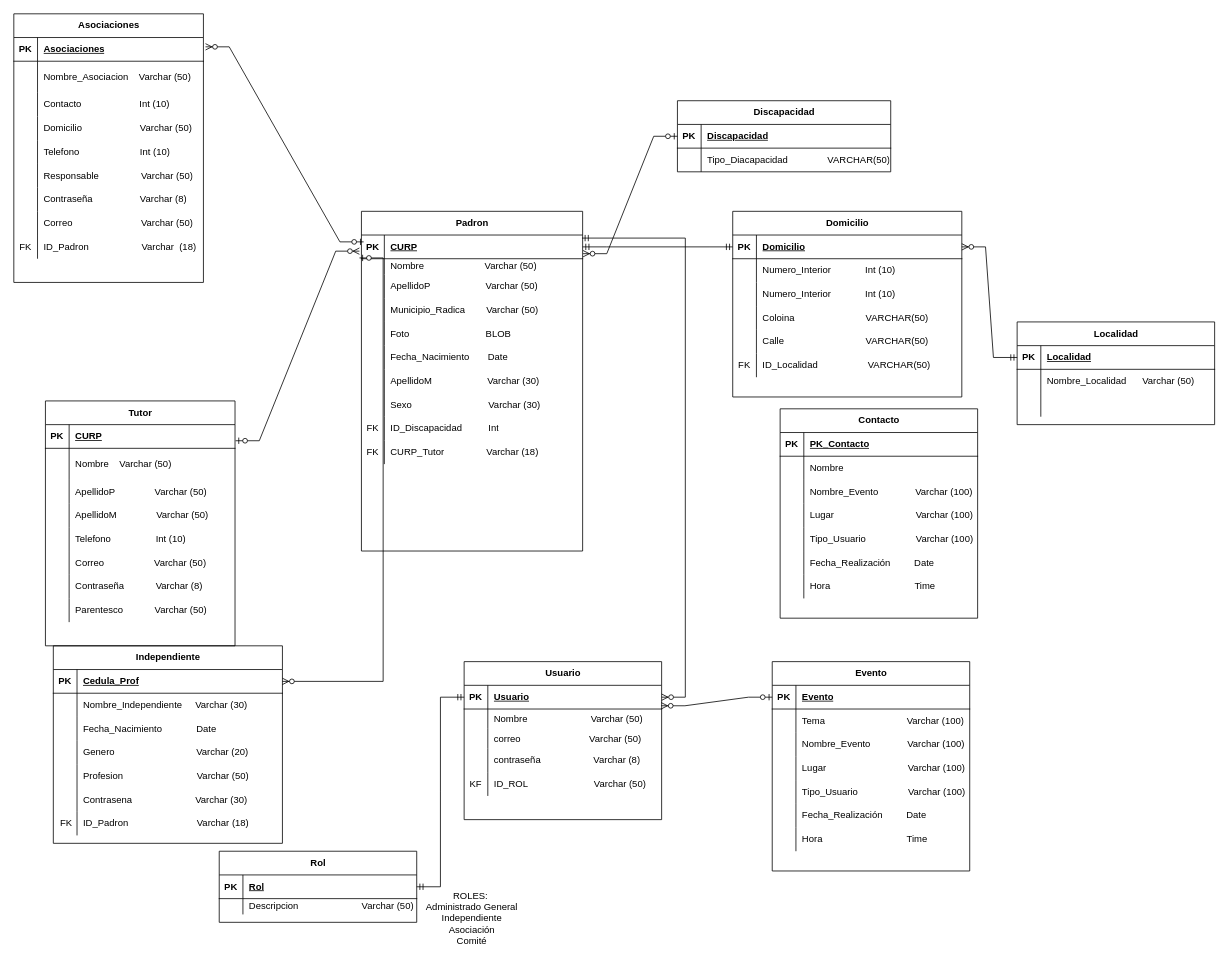
The draw.io diagram diccionario_de_datos.drawio in OSCARCH2002/diagramas, before the edit. Source tidied: cells renumbered, new cells numbered last; positions are measured from the earlier drawing's top-left corner, leaving out a move shared by most shapes. Both pictures are drawn from the tidied source at 79%, with x=0, y=0 at pixel (13, 13).
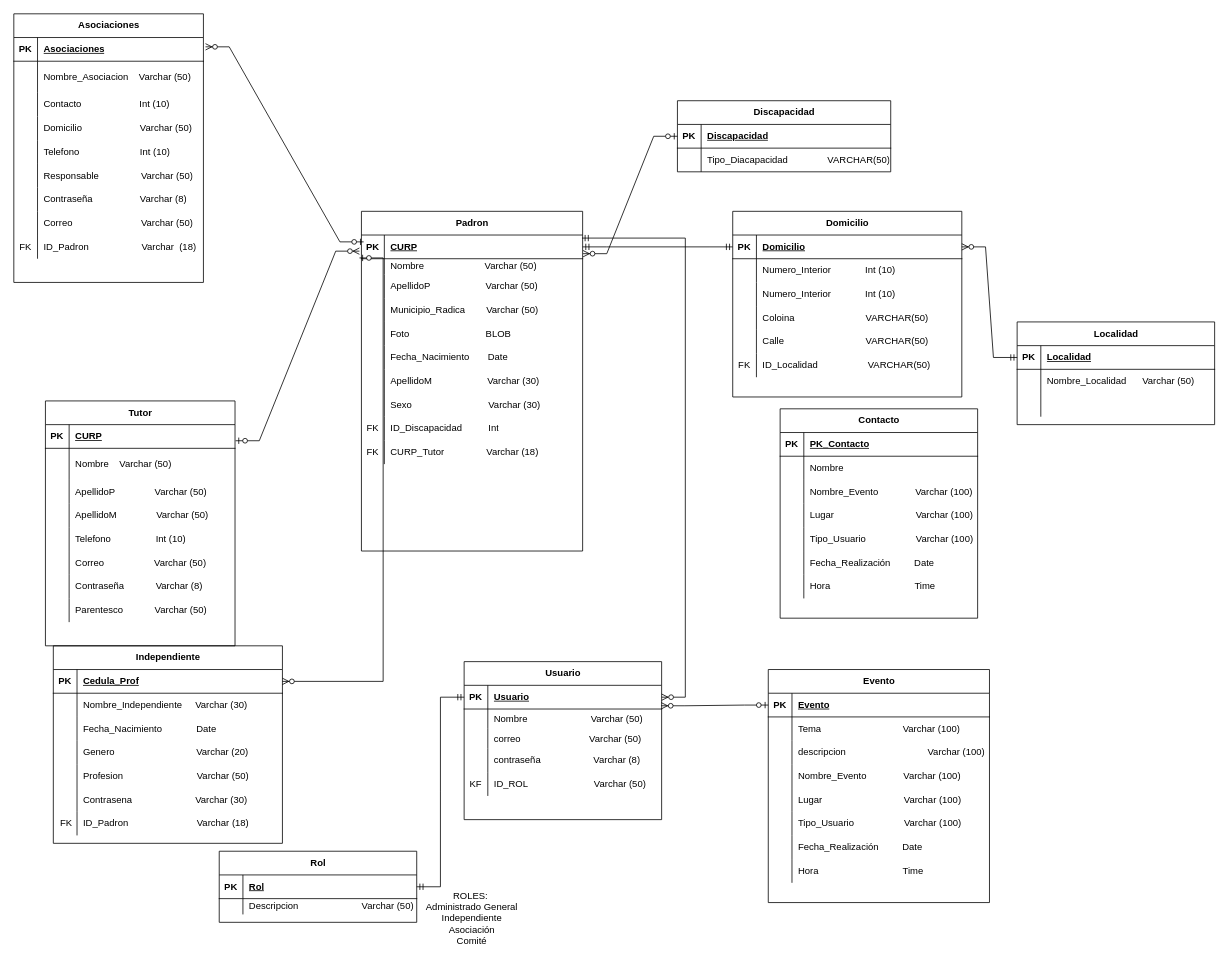
The same diagram, later.

What changed in the source:
```diff
@@
     <mxCell id="115" value="Evento" style="shape=table;startSize=30;childLayout=tableLayout;rowLines=0;fontStyle=1;align=center;html=1;" parent="1" vertex="1">
-      <mxGeometry x="960" y="820" width="250" height="265" as="geometry" />
+      <mxGeometry x="955" y="830" width="280" height="295" as="geometry" />
     </mxCell>
     <mxCell id="116" style="shape=tableRow;horizontal=0;startSize=0;swimlaneHead=0;swimlaneBody=0;fillColor=none;points=[[0,0.5],[1,0.5]];portConstraint=eastwest;top=0;left=0;right=0;bottom=1;" parent="115" vertex="1">
-      <mxGeometry y="30" width="250" height="30" as="geometry" />
+      <mxGeometry y="30" width="280" height="30" as="geometry" />
     </mxCell>
@@
     <mxCell id="118" value="Evento" style="shape=partialRectangle;fillColor=none;top=0;left=0;bottom=0;right=0;align=left;spacingLeft=6;fontStyle=5;overflow=hidden;whiteSpace=wrap;html=1;" parent="116" vertex="1">
-      <mxGeometry x="30" width="220" height="30" as="geometry" />
+      <mxGeometry x="30" width="250" height="30" as="geometry" />
     </mxCell>
     <mxCell id="119" style="shape=tableRow;horizontal=0;startSize=0;swimlaneHead=0;swimlaneBody=0;fillColor=none;top=0;left=0;right=0;bottom=0;" parent="115" vertex="1">
-      <mxGeometry y="60" width="250" height="30" as="geometry" />
+      <mxGeometry y="60" width="280" height="30" as="geometry" />
     </mxCell>
@@
     <mxCell id="121" value="Tema&amp;nbsp; &amp;nbsp; &amp;nbsp; &amp;nbsp; &amp;nbsp; &amp;nbsp; &amp;nbsp; &amp;nbsp; &amp;nbsp; &amp;nbsp; &amp;nbsp; &amp;nbsp; &amp;nbsp; &amp;nbsp; &amp;nbsp; &amp;nbsp;Varchar (100)" style="shape=partialRectangle;fillColor=none;top=0;left=0;bottom=0;right=0;align=left;spacingLeft=6;overflow=hidden;whiteSpace=wrap;html=1;" parent="119" vertex="1">
-      <mxGeometry x="30" width="220" height="30" as="geometry" />
+      <mxGeometry x="30" width="250" height="30" as="geometry" />
     </mxCell>
+    <mxCell id="229" style="shape=tableRow;horizontal=0;startSize=0;swimlaneHead=0;swimlaneBody=0;fillColor=none;top=0;left=0;right=0;bottom=0;" parent="115" vertex="1">
+      <mxGeometry y="90" width="280" height="30" as="geometry" />
+    </mxCell>
+    <mxCell id="230" style="shape=partialRectangle;fillColor=none;top=0;left=0;bottom=0;right=0;overflow=hidden;whiteSpace=wrap;html=1;" parent="229" vertex="1">
+      <mxGeometry width="30" height="30" as="geometry" />
+    </mxCell>
+    <mxCell id="231" value="descripcion&amp;nbsp; &amp;nbsp; &amp;nbsp; &amp;nbsp; &amp;nbsp; &amp;nbsp; &amp;nbsp; &amp;nbsp; &amp;nbsp; &amp;nbsp; &amp;nbsp; &amp;nbsp; &amp;nbsp; &amp;nbsp; &amp;nbsp; &amp;nbsp;Varchar (100)" style="shape=partialRectangle;fillColor=none;top=0;left=0;bottom=0;right=0;align=left;spacingLeft=6;overflow=hidden;whiteSpace=wrap;html=1;" parent="229" vertex="1">
+      <mxGeometry x="30" width="250" height="30" as="geometry" />
+    </mxCell>
     <mxCell id="122" style="shape=tableRow;horizontal=0;startSize=0;swimlaneHead=0;swimlaneBody=0;fillColor=none;top=0;left=0;right=0;bottom=0;" parent="115" vertex="1">
-      <mxGeometry y="90" width="250" height="30" as="geometry" />
+      <mxGeometry y="120" width="280" height="30" as="geometry" />
     </mxCell>
@@
     <mxCell id="124" value="Nombre_Evento&amp;nbsp; &amp;nbsp; &amp;nbsp; &amp;nbsp; &amp;nbsp; &amp;nbsp; &amp;nbsp; Varchar (100)" style="shape=partialRectangle;fillColor=none;top=0;left=0;bottom=0;right=0;align=left;spacingLeft=6;overflow=hidden;whiteSpace=wrap;html=1;" parent="122" vertex="1">
-      <mxGeometry x="30" width="220" height="30" as="geometry" />
+      <mxGeometry x="30" width="250" height="30" as="geometry" />
     </mxCell>
     <mxCell id="125" style="shape=tableRow;horizontal=0;startSize=0;swimlaneHead=0;swimlaneBody=0;fillColor=none;top=0;left=0;right=0;bottom=0;" parent="115" vertex="1">
-      <mxGeometry y="120" width="250" height="30" as="geometry" />
+      <mxGeometry y="150" width="280" height="30" as="geometry" />
     </mxCell>
@@
     <mxCell id="127" value="Lugar&amp;nbsp; &amp;nbsp; &amp;nbsp; &amp;nbsp; &amp;nbsp; &amp;nbsp; &amp;nbsp; &amp;nbsp; &amp;nbsp; &amp;nbsp; &amp;nbsp; &amp;nbsp; &amp;nbsp; &amp;nbsp; &amp;nbsp; &amp;nbsp;Varchar (100)" style="shape=partialRectangle;fillColor=none;top=0;left=0;bottom=0;right=0;align=left;spacingLeft=6;overflow=hidden;whiteSpace=wrap;html=1;" parent="125" vertex="1">
-      <mxGeometry x="30" width="220" height="30" as="geometry" />
+      <mxGeometry x="30" width="250" height="30" as="geometry" />
     </mxCell>
     <mxCell id="128" style="shape=tableRow;horizontal=0;startSize=0;swimlaneHead=0;swimlaneBody=0;fillColor=none;top=0;left=0;right=0;bottom=0;" parent="115" vertex="1">
-      <mxGeometry y="150" width="250" height="30" as="geometry" />
+      <mxGeometry y="180" width="280" height="30" as="geometry" />
     </mxCell>
@@
     <mxCell id="130" value="Tipo_Usuario&amp;nbsp; &amp;nbsp; &amp;nbsp; &amp;nbsp; &amp;nbsp; &amp;nbsp; &amp;nbsp; &amp;nbsp; &amp;nbsp; &amp;nbsp;Varchar (100)" style="shape=partialRectangle;fillColor=none;top=0;left=0;bottom=0;right=0;align=left;spacingLeft=6;overflow=hidden;whiteSpace=wrap;html=1;" parent="128" vertex="1">
-      <mxGeometry x="30" width="220" height="30" as="geometry" />
+      <mxGeometry x="30" width="250" height="30" as="geometry" />
     </mxCell>
     <mxCell id="131" style="shape=tableRow;horizontal=0;startSize=0;swimlaneHead=0;swimlaneBody=0;fillColor=none;top=0;left=0;right=0;bottom=0;" parent="115" vertex="1">
-      <mxGeometry y="180" width="250" height="30" as="geometry" />
+      <mxGeometry y="210" width="280" height="30" as="geometry" />
     </mxCell>
@@
     <mxCell id="133" value="Fecha_Realización&amp;nbsp; &amp;nbsp; &amp;nbsp; &amp;nbsp; &amp;nbsp;Date" style="shape=partialRectangle;fillColor=none;top=0;left=0;bottom=0;right=0;align=left;spacingLeft=6;overflow=hidden;whiteSpace=wrap;html=1;" parent="131" vertex="1">
-      <mxGeometry x="30" width="220" height="30" as="geometry" />
+      <mxGeometry x="30" width="250" height="30" as="geometry" />
     </mxCell>
     <mxCell id="134" style="shape=tableRow;horizontal=0;startSize=0;swimlaneHead=0;swimlaneBody=0;fillColor=none;top=0;left=0;right=0;bottom=0;" parent="115" vertex="1">
-      <mxGeometry y="210" width="250" height="30" as="geometry" />
+      <mxGeometry y="240" width="280" height="30" as="geometry" />
     </mxCell>
@@
     <mxCell id="136" value="Hora&amp;nbsp; &amp;nbsp; &amp;nbsp; &amp;nbsp; &amp;nbsp; &amp;nbsp; &amp;nbsp; &amp;nbsp; &amp;nbsp; &amp;nbsp; &amp;nbsp; &amp;nbsp; &amp;nbsp; &amp;nbsp; &amp;nbsp; &amp;nbsp; Time" style="shape=partialRectangle;fillColor=none;top=0;left=0;bottom=0;right=0;align=left;spacingLeft=6;overflow=hidden;whiteSpace=wrap;html=1;" parent="134" vertex="1">
-      <mxGeometry x="30" width="220" height="30" as="geometry" />
+      <mxGeometry x="30" width="250" height="30" as="geometry" />
     </mxCell>
```
